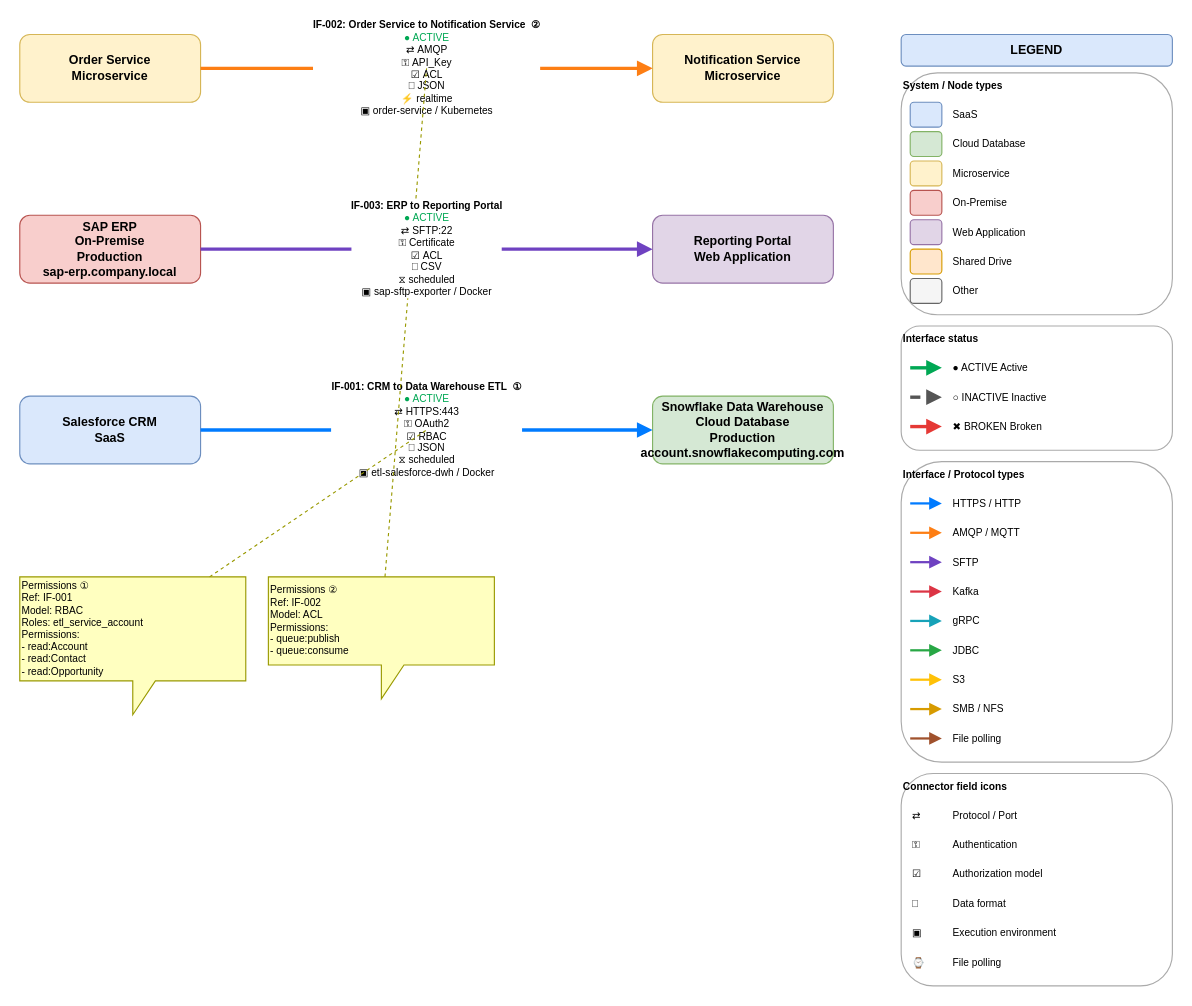
The draw.io diagram interfaces.drawio in joshuamfrancis/Wikis, before the edit. Source tidied: cells renumbered, new cells numbered last; positions are measured from the earlier drawing's top-left corner, leaving out a move shared by most shapes. Both pictures are drawn from the tidied source at 113%, with x=0, y=0 at pixel (19, 34).
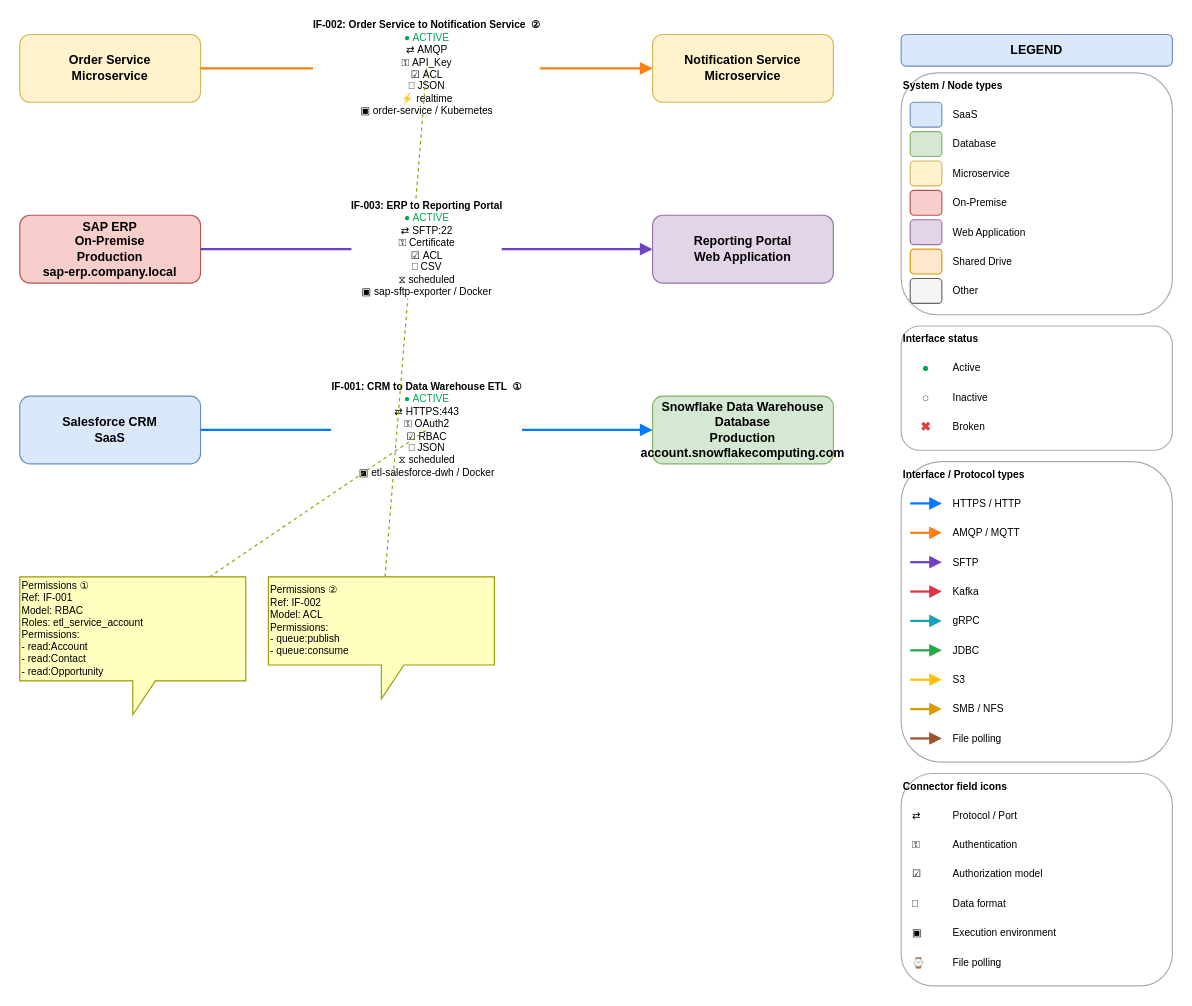
The same page after the edit.

The change refers to these unchanged cells:
```xml
<mxCell id="2" value="Salesforce CRM&#10;SaaS" style="rounded=1;whiteSpace=wrap;html=0;fillColor=#dae8fc;strokeColor=#6c8ebf;fontStyle=1;fontSize=11;" parent="1" vertex="1">
  <mxGeometry y="320" width="160" height="60" as="geometry" />
</mxCell>
<mxCell id="4" value="Order Service&#10;Microservice" style="rounded=1;whiteSpace=wrap;html=0;fillColor=#fff2cc;strokeColor=#d6b656;fontStyle=1;fontSize=11;" parent="1" vertex="1">
  <mxGeometry width="160" height="60" as="geometry" />
</mxCell>
<mxCell id="5" value="Notification Service&#10;Microservice" style="rounded=1;whiteSpace=wrap;html=0;fillColor=#fff2cc;strokeColor=#d6b656;fontStyle=1;fontSize=11;" parent="1" vertex="1">
  <mxGeometry x="560" width="160" height="60" as="geometry" />
</mxCell>
<mxCell id="6" value="SAP ERP&#10;On-Premise&#10;Production&#10;sap-erp.company.local" style="rounded=1;whiteSpace=wrap;html=0;fillColor=#f8cecc;strokeColor=#b85450;fontStyle=1;fontSize=11;" parent="1" vertex="1">
  <mxGeometry y="160" width="160" height="60" as="geometry" />
</mxCell>
<mxCell id="7" value="Reporting Portal&#10;Web Application" style="rounded=1;whiteSpace=wrap;html=0;fillColor=#e1d5e7;strokeColor=#9673a6;fontStyle=1;fontSize=11;" parent="1" vertex="1">
  <mxGeometry x="560" y="160" width="160" height="60" as="geometry" />
</mxCell>
<mxCell id="16" value="System / Node types" style="rounded=1;whiteSpace=wrap;html=0;fillColor=#ffffff;strokeColor=#aaaaaa;verticalAlign=top;align=left;fontStyle=1;fontSize=9;" parent="1" vertex="1">
  <mxGeometry x="780" y="34" width="240" height="214" as="geometry" />
</mxCell>
<mxCell id="31" value="Interface status" style="rounded=1;whiteSpace=wrap;html=0;fillColor=#ffffff;strokeColor=#aaaaaa;verticalAlign=top;align=left;fontStyle=1;fontSize=9;" parent="1" vertex="1">
  <mxGeometry x="780" y="258" width="240" height="110" as="geometry" />
</mxCell>
```

Change to the diagram source:
```diff
@@
-    <mxCell id="3" value="Snowflake Data Warehouse&#10;Cloud Database&#10;Production&#10;account.snowflakecomputing.com" style="rounded=1;whiteSpace=wrap;html=0;fillColor=#d5e8d4;strokeColor=#82b366;fontStyle=1;fontSize=11;" parent="1" vertex="1">
+    <mxCell id="3" value="Snowflake Data Warehouse&#10;Database&#10;Production&#10;account.snowflakecomputing.com" style="rounded=1;whiteSpace=wrap;html=0;fillColor=#d5e8d4;strokeColor=#82b366;fontStyle=1;fontSize=11;" parent="1" vertex="1">
       <mxGeometry x="560" y="320" width="160" height="60" as="geometry" />
     </mxCell>
@@
-    <mxCell id="8" value="&lt;b&gt;IF-001: CRM to Data Warehouse ETL  ①&lt;/b&gt;&lt;br&gt;&lt;font color=&quot;#00a854&quot;&gt;● ACTIVE&lt;/font&gt;&lt;br&gt;⇄ HTTPS:443&lt;br&gt;⚿ OAuth2&lt;br&gt;☑ RBAC&lt;br&gt;⎕ JSON&lt;br&gt;⧖ scheduled&lt;br&gt;▣ etl-salesforce-dwh / Docker" style="edgeStyle=orthogonalEdgeStyle;rounded=1;jettySize=auto;html=1;strokeColor=#007bff;strokeWidth=3;startArrow=none;endArrow=block;fontStyle=0;fontSize=9;" parent="1" edge="1" source="2" target="3">
+    <mxCell id="8" value="&lt;b&gt;IF-001: CRM to Data Warehouse ETL  ①&lt;/b&gt;&lt;br&gt;&lt;font color=&quot;#00a854&quot;&gt;● ACTIVE&lt;/font&gt;&lt;br&gt;⇄ HTTPS:443&lt;br&gt;⚿ OAuth2&lt;br&gt;☑ RBAC&lt;br&gt;⎕ JSON&lt;br&gt;⧖ scheduled&lt;br&gt;▣ etl-salesforce-dwh / Docker" style="edgeStyle=orthogonalEdgeStyle;rounded=1;jettySize=auto;html=1;strokeColor=#007bff;strokeWidth=2;startArrow=none;endArrow=block;fontStyle=0;fontSize=9;" parent="1" edge="1" source="2" target="3">
       <mxGeometry relative="1" as="geometry" />
     </mxCell>
@@
-    <mxCell id="11" value="&lt;b&gt;IF-002: Order Service to Notification Service  ②&lt;/b&gt;&lt;br&gt;&lt;font color=&quot;#00a854&quot;&gt;● ACTIVE&lt;/font&gt;&lt;br&gt;⇄ AMQP&lt;br&gt;⚿ API_Key&lt;br&gt;☑ ACL&lt;br&gt;⎕ JSON&lt;br&gt;⚡ realtime&lt;br&gt;▣ order-service / Kubernetes" style="edgeStyle=orthogonalEdgeStyle;rounded=1;jettySize=auto;html=1;strokeColor=#fd7e14;strokeWidth=3;startArrow=none;endArrow=block;fontStyle=0;fontSize=9;" parent="1" edge="1" source="4" target="5">
+    <mxCell id="11" value="&lt;b&gt;IF-002: Order Service to Notification Service  ②&lt;/b&gt;&lt;br&gt;&lt;font color=&quot;#00a854&quot;&gt;● ACTIVE&lt;/font&gt;&lt;br&gt;⇄ AMQP&lt;br&gt;⚿ API_Key&lt;br&gt;☑ ACL&lt;br&gt;⎕ JSON&lt;br&gt;⚡ realtime&lt;br&gt;▣ order-service / Kubernetes" style="edgeStyle=orthogonalEdgeStyle;rounded=1;jettySize=auto;html=1;strokeColor=#fd7e14;strokeWidth=2;startArrow=none;endArrow=block;fontStyle=0;fontSize=9;" parent="1" edge="1" source="4" target="5">
       <mxGeometry relative="1" as="geometry" />
     </mxCell>
@@
-    <mxCell id="14" value="&lt;b&gt;IF-003: ERP to Reporting Portal&lt;/b&gt;&lt;br&gt;&lt;font color=&quot;#00a854&quot;&gt;● ACTIVE&lt;/font&gt;&lt;br&gt;⇄ SFTP:22&lt;br&gt;⚿ Certificate&lt;br&gt;☑ ACL&lt;br&gt;⎕ CSV&lt;br&gt;⧖ scheduled&lt;br&gt;▣ sap-sftp-exporter / Docker" style="edgeStyle=orthogonalEdgeStyle;rounded=1;jettySize=auto;html=1;strokeColor=#6f42c1;strokeWidth=3;startArrow=none;endArrow=block;fontStyle=0;fontSize=9;" parent="1" edge="1" source="6" target="7">
+    <mxCell id="14" value="&lt;b&gt;IF-003: ERP to Reporting Portal&lt;/b&gt;&lt;br&gt;&lt;font color=&quot;#00a854&quot;&gt;● ACTIVE&lt;/font&gt;&lt;br&gt;⇄ SFTP:22&lt;br&gt;⚿ Certificate&lt;br&gt;☑ ACL&lt;br&gt;⎕ CSV&lt;br&gt;⧖ scheduled&lt;br&gt;▣ sap-sftp-exporter / Docker" style="edgeStyle=orthogonalEdgeStyle;rounded=1;jettySize=auto;html=1;strokeColor=#6f42c1;strokeWidth=2;startArrow=none;endArrow=block;fontStyle=0;fontSize=9;" parent="1" edge="1" source="6" target="7">
       <mxGeometry relative="1" as="geometry" />
     </mxCell>
@@
-    <mxCell id="20" value="Cloud Database" style="text;html=0;strokeColor=none;fillColor=none;align=left;verticalAlign=middle;fontSize=9;" parent="16" vertex="1">
+    <mxCell id="20" value="Database" style="text;html=0;strokeColor=none;fillColor=none;align=left;verticalAlign=middle;fontSize=9;" parent="16" vertex="1">
       <mxGeometry x="44" y="52" width="188" height="22" as="geometry" />
     </mxCell>
@@
-    <mxCell id="32" style="endArrow=block;startArrow=none;html=0;strokeColor=#00a854;strokeWidth=3;" parent="31" edge="1">
-      <mxGeometry relative="1" as="geometry">
-        <mxPoint x="8" y="37" as="sourcePoint" />
-        <mxPoint x="36" y="37" as="targetPoint" />
-      </mxGeometry>
+    <mxCell id="32" value="●" style="text;html=0;strokeColor=none;fillColor=none;align=center;verticalAlign=middle;fontSize=11;fontStyle=1;fontColor=#00a854;" parent="31" vertex="1">
+      <mxGeometry x="8" y="26" width="28" height="22" as="geometry" />
     </mxCell>
-    <mxCell id="33" value="● ACTIVE Active" style="text;html=0;strokeColor=none;fillColor=none;align=left;verticalAlign=middle;fontSize=9;" parent="31" vertex="1">
+    <mxCell id="33" value="Active" style="text;html=0;strokeColor=none;fillColor=none;align=left;verticalAlign=middle;fontSize=9;" parent="31" vertex="1">
       <mxGeometry x="44" y="26" width="188" height="22" as="geometry" />
     </mxCell>
-    <mxCell id="34" style="endArrow=block;startArrow=none;html=0;strokeColor=#555555;strokeWidth=3;dashed=1;" parent="31" edge="1">
-      <mxGeometry relative="1" as="geometry">
-        <mxPoint x="8" y="63" as="sourcePoint" />
-        <mxPoint x="36" y="63" as="targetPoint" />
-      </mxGeometry>
+    <mxCell id="34" value="○" style="text;html=0;strokeColor=none;fillColor=none;align=center;verticalAlign=middle;fontSize=11;fontStyle=1;fontColor=#555555;" parent="31" vertex="1">
+      <mxGeometry x="8" y="52" width="28" height="22" as="geometry" />
     </mxCell>
-    <mxCell id="35" value="○ INACTIVE Inactive" style="text;html=0;strokeColor=none;fillColor=none;align=left;verticalAlign=middle;fontSize=9;" parent="31" vertex="1">
+    <mxCell id="35" value="Inactive" style="text;html=0;strokeColor=none;fillColor=none;align=left;verticalAlign=middle;fontSize=9;" parent="31" vertex="1">
       <mxGeometry x="44" y="52" width="188" height="22" as="geometry" />
     </mxCell>
-    <mxCell id="36" style="endArrow=block;startArrow=none;html=0;strokeColor=#e53935;strokeWidth=3;" parent="31" edge="1">
-      <mxGeometry relative="1" as="geometry">
-        <mxPoint x="8" y="89" as="sourcePoint" />
-        <mxPoint x="36" y="89" as="targetPoint" />
-      </mxGeometry>
+    <mxCell id="36" value="✖" style="text;html=0;strokeColor=none;fillColor=none;align=center;verticalAlign=middle;fontSize=11;fontStyle=1;fontColor=#e53935;" parent="31" vertex="1">
+      <mxGeometry x="8" y="78" width="28" height="22" as="geometry" />
     </mxCell>
-    <mxCell id="37" value="✖ BROKEN Broken" style="text;html=0;strokeColor=none;fillColor=none;align=left;verticalAlign=middle;fontSize=9;" parent="31" vertex="1">
+    <mxCell id="37" value="Broken" style="text;html=0;strokeColor=none;fillColor=none;align=left;verticalAlign=middle;fontSize=9;" parent="31" vertex="1">
       <mxGeometry x="44" y="78" width="188" height="22" as="geometry" />
     </mxCell>
```
